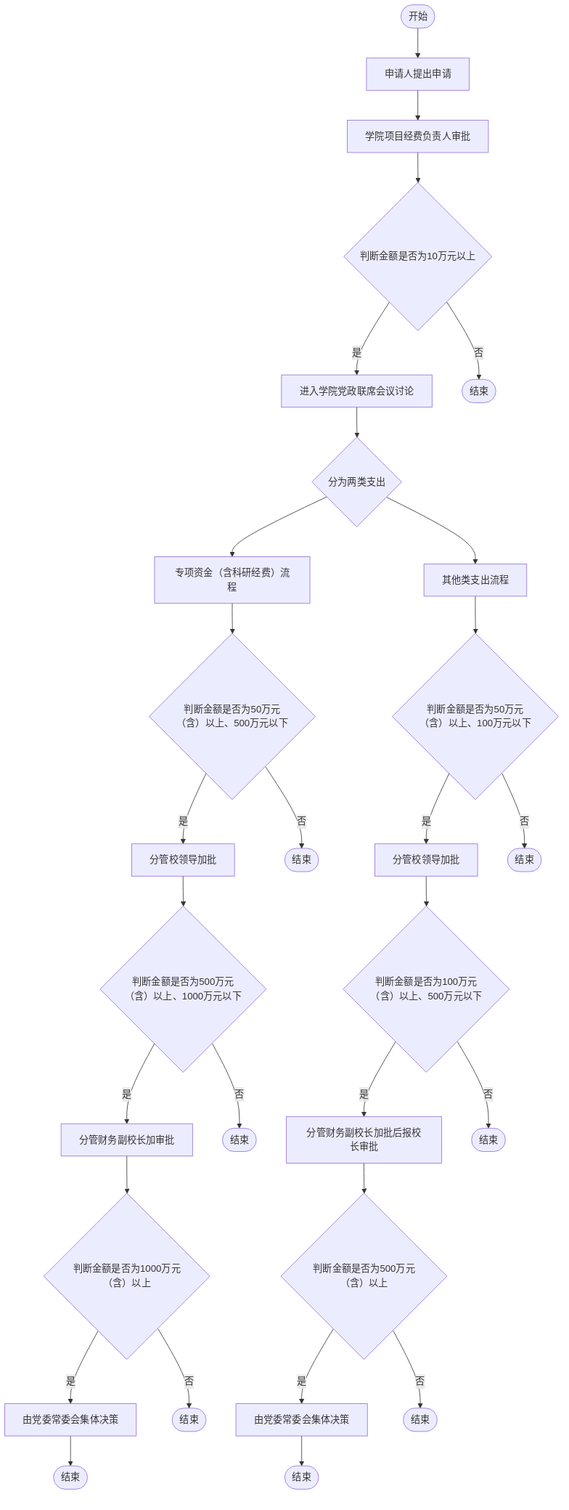
AmyIvan/work1 keeps this Mermaid diagram as outline2flow/flow_outputs/page_4.png. Above is the earlier version. Its source is kept beside it as outline2flow/mmd_outputs/page_4.mmd. Source of this version:
```mermaid
flowchart TD
    Start([开始]) --> A[申请人提出申请]
    A --> B[学院项目经费负责人审批]
    B --> C{判断金额是否为10万元以上}
    C -->|是| D[进入学院党政联席会议讨论]
    C -->|否| End1([结束])
    D --> E{分为两类支出}
    E --> F[专项资金（含科研经费）流程]
    E --> G[其他类支出流程]
    F --> H{判断金额是否为50万元（含）以上、500万元以下}
    H -->|是| I[分管校领导加批]
    H -->|否| End2([结束])
    I --> J{判断金额是否为500万元（含）以上、1000万元以下}
    J -->|是| K[分管财务副校长加审批]
    J -->|否| End3([结束])
    K --> L{判断金额是否为1000万元（含）以上}
    L -->|是| M[由党委常委会集体决策]
    L -->|否| End4([结束])
    G --> N{判断金额是否为50万元（含）以上、100万元以下}
    N -->|是| O[分管校领导加批]
    N -->|否| End5([结束])
    O --> P{判断金额是否为100万元（含）以上、500万元以下}
    P -->|是| Q[分管财务副校长加批后报校长审批]
    P -->|否| End6([结束])
    Q --> R{判断金额是否为500万元（含）以上}
    R -->|是| S[由党委常委会集体决策]
    R -->|否| End7([结束])
    M --> End8([结束])
    S --> End9([结束])
```
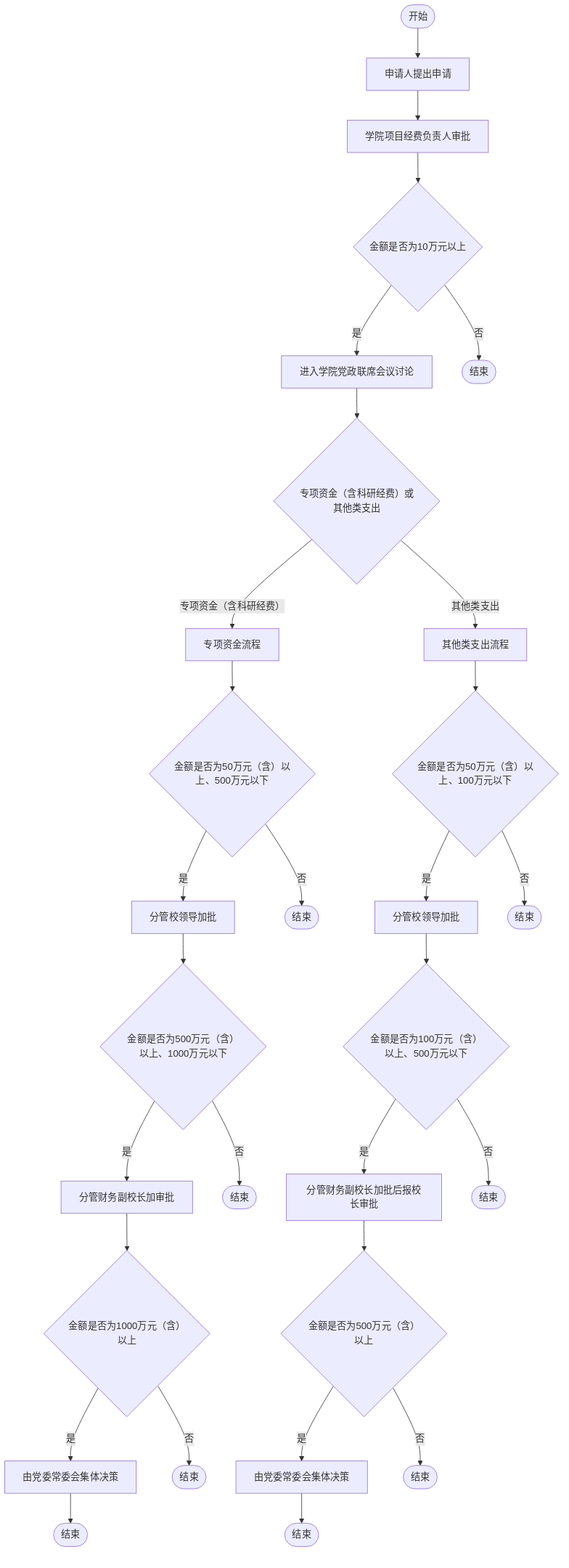
After the commit.

Change to the diagram source:
```diff
@@ -1,29 +1,29 @@
 flowchart TD
-    Start([开始]) --> A[申请人提出申请]
+    Start(["开始"]) --> A[申请人提出申请]
     A --> B[学院项目经费负责人审批]
-    B --> C{判断金额是否为10万元以上}
-    C -->|是| D[进入学院党政联席会议讨论]
-    C -->|否| End1([结束])
-    D --> E{分为两类支出}
-    E --> F[专项资金（含科研经费）流程]
-    E --> G[其他类支出流程]
-    F --> H{判断金额是否为50万元（含）以上、500万元以下}
-    H -->|是| I[分管校领导加批]
-    H -->|否| End2([结束])
-    I --> J{判断金额是否为500万元（含）以上、1000万元以下}
-    J -->|是| K[分管财务副校长加审批]
-    J -->|否| End3([结束])
-    K --> L{判断金额是否为1000万元（含）以上}
-    L -->|是| M[由党委常委会集体决策]
-    L -->|否| End4([结束])
-    G --> N{判断金额是否为50万元（含）以上、100万元以下}
-    N -->|是| O[分管校领导加批]
-    N -->|否| End5([结束])
-    O --> P{判断金额是否为100万元（含）以上、500万元以下}
-    P -->|是| Q[分管财务副校长加批后报校长审批]
-    P -->|否| End6([结束])
-    Q --> R{判断金额是否为500万元（含）以上}
-    R -->|是| S[由党委常委会集体决策]
-    R -->|否| End7([结束])
-    M --> End8([结束])
-    S --> End9([结束])
+    B --> C{金额是否为10万元以上}
+    C --是--> D[进入学院党政联席会议讨论]
+    C --否--> End1(["结束"])
+    D --> E{专项资金（含科研经费）或其他类支出}
+    E --专项资金（含科研经费）--> F[专项资金流程]
+    E --其他类支出--> G[其他类支出流程]
+    F --> H{金额是否为50万元（含）以上、500万元以下}
+    H --是--> I[分管校领导加批]
+    H --否--> End2(["结束"])
+    I --> J{金额是否为500万元（含）以上、1000万元以下}
+    J --是--> K[分管财务副校长加审批]
+    J --否--> End3(["结束"])
+    K --> L{金额是否为1000万元（含）以上}
+    L --是--> M[由党委常委会集体决策]
+    L --否--> End4(["结束"])
+    G --> N{金额是否为50万元（含）以上、100万元以下}
+    N --是--> O[分管校领导加批]
+    N --否--> End5(["结束"])
+    O --> P{金额是否为100万元（含）以上、500万元以下}
+    P --是--> Q[分管财务副校长加批后报校长审批]
+    P --否--> End6(["结束"])
+    Q --> R{金额是否为500万元（含）以上}
+    R --是--> S[由党委常委会集体决策]
+    R --否--> End7(["结束"])
+    M --> End8(["结束"])
+    S --> End9(["结束"])
```
